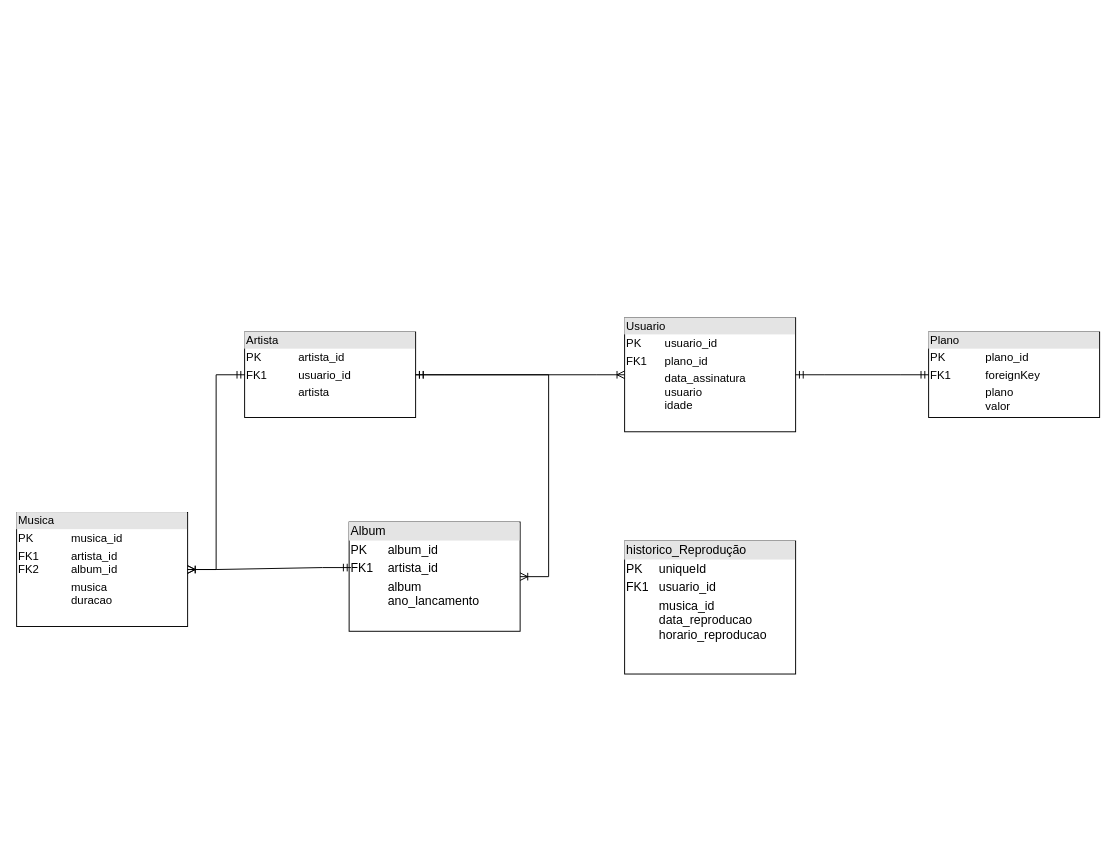
Above: Untitled Diagram.drawio in Caio-Veloso/Trybe-Exercises (draw.io), before the change. Source tidied: cells renumbered, new cells numbered last; positions are measured from the earlier drawing's top-left corner, leaving out a move shared by most shapes. Both pictures are drawn from the tidied source at 95%, with x=0, y=0 at pixel (16, 317).
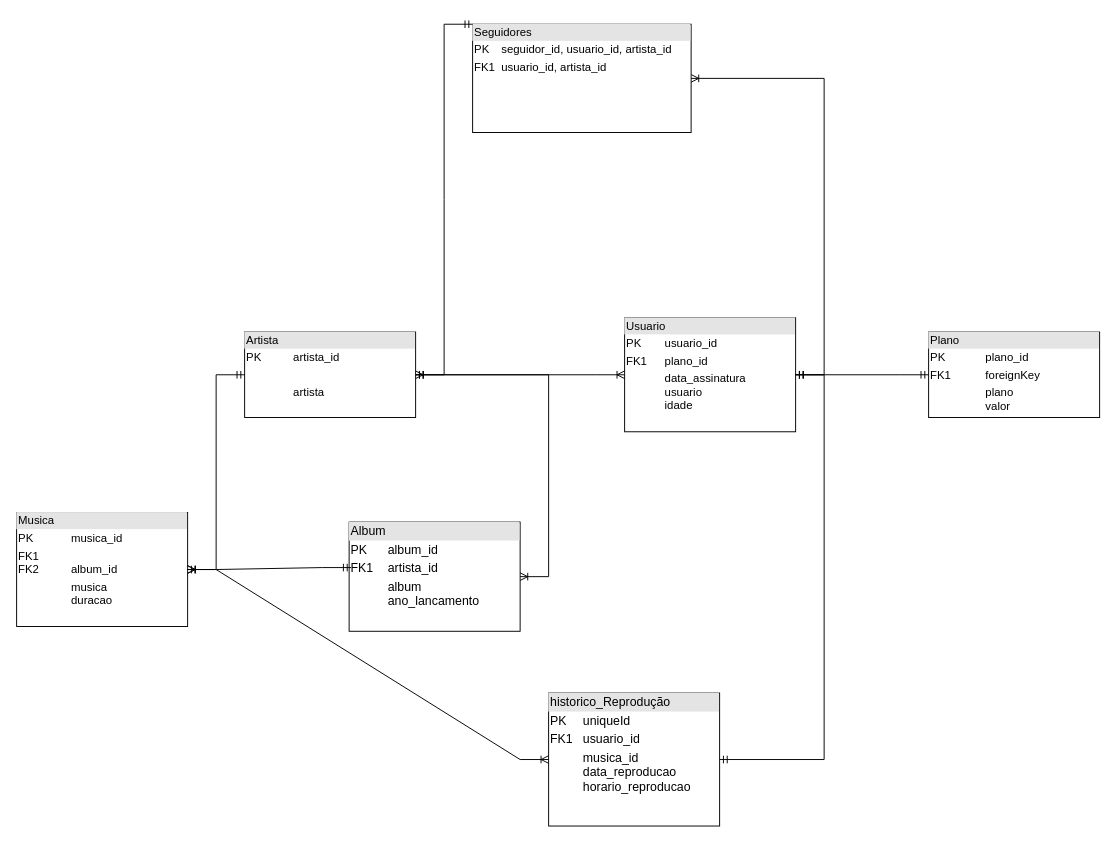
Above is the later version.

Diff of the diagram source:
```diff
@@
 <mxGraphModel>
   <root>
     <mxCell id="0" />
     <mxCell id="1" parent="0" />
     <mxCell id="2" value="&lt;div style=&quot;box-sizing: border-box ; width: 100% ; background: #e4e4e4 ; padding: 2px&quot;&gt;Usuario&lt;/div&gt;&lt;table style=&quot;width: 100% ; font-size: 1em&quot; cellpadding=&quot;2&quot; cellspacing=&quot;0&quot;&gt;&lt;tbody&gt;&lt;tr&gt;&lt;td&gt;PK&lt;/td&gt;&lt;td&gt;usuario_id&lt;/td&gt;&lt;/tr&gt;&lt;tr&gt;&lt;td&gt;FK1&lt;/td&gt;&lt;td&gt;plano_id&lt;br&gt;&lt;/td&gt;&lt;/tr&gt;&lt;tr&gt;&lt;td&gt;&lt;/td&gt;&lt;td&gt;data_assinatura&lt;br&gt;usuario&lt;br&gt;idade&lt;/td&gt;&lt;/tr&gt;&lt;/tbody&gt;&lt;/table&gt;" style="verticalAlign=top;align=left;overflow=fill;html=1;" parent="1" vertex="1">
       <mxGeometry x="640" width="180" height="120" as="geometry" />
     </mxCell>
     <mxCell id="3" value="&lt;div style=&quot;box-sizing: border-box ; width: 100% ; background: #e4e4e4 ; padding: 2px&quot;&gt;Plano&lt;/div&gt;&lt;table style=&quot;width: 100% ; font-size: 1em&quot; cellpadding=&quot;2&quot; cellspacing=&quot;0&quot;&gt;&lt;tbody&gt;&lt;tr&gt;&lt;td&gt;PK&lt;/td&gt;&lt;td&gt;plano_id&lt;/td&gt;&lt;/tr&gt;&lt;tr&gt;&lt;td&gt;FK1&lt;span style=&quot;white-space: pre&quot;&gt; &lt;/span&gt;&lt;/td&gt;&lt;td&gt;foreignKey&lt;/td&gt;&lt;/tr&gt;&lt;tr&gt;&lt;td&gt;&lt;/td&gt;&lt;td&gt;plano&lt;br&gt;valor&lt;/td&gt;&lt;/tr&gt;&lt;/tbody&gt;&lt;/table&gt;" style="verticalAlign=top;align=left;overflow=fill;html=1;" parent="1" vertex="1">
       <mxGeometry x="960" y="15" width="180" height="90" as="geometry" />
     </mxCell>
-    <mxCell id="4" value="&lt;div style=&quot;box-sizing: border-box ; width: 100% ; background: #e4e4e4 ; padding: 2px&quot;&gt;Artista&lt;/div&gt;&lt;table style=&quot;width: 100% ; font-size: 1em&quot; cellpadding=&quot;2&quot; cellspacing=&quot;0&quot;&gt;&lt;tbody&gt;&lt;tr&gt;&lt;td&gt;PK&lt;/td&gt;&lt;td&gt;artista_id&lt;/td&gt;&lt;/tr&gt;&lt;tr&gt;&lt;td&gt;FK1&lt;/td&gt;&lt;td&gt;usuario_id&lt;/td&gt;&lt;/tr&gt;&lt;tr&gt;&lt;td&gt;&lt;/td&gt;&lt;td&gt;artista&lt;/td&gt;&lt;/tr&gt;&lt;/tbody&gt;&lt;/table&gt;" style="verticalAlign=top;align=left;overflow=fill;html=1;" parent="1" vertex="1">
+    <mxCell id="4" value="&lt;div style=&quot;box-sizing: border-box ; width: 100% ; background: #e4e4e4 ; padding: 2px&quot;&gt;Artista&lt;/div&gt;&lt;table style=&quot;width: 100% ; font-size: 1em&quot; cellpadding=&quot;2&quot; cellspacing=&quot;0&quot;&gt;&lt;tbody&gt;&lt;tr&gt;&lt;td&gt;PK&lt;/td&gt;&lt;td&gt;artista_id&lt;/td&gt;&lt;/tr&gt;&lt;tr&gt;&lt;td&gt;&lt;br&gt;&lt;/td&gt;&lt;td&gt;&lt;br&gt;&lt;/td&gt;&lt;/tr&gt;&lt;tr&gt;&lt;td&gt;&lt;/td&gt;&lt;td&gt;artista&lt;/td&gt;&lt;/tr&gt;&lt;/tbody&gt;&lt;/table&gt;" style="verticalAlign=top;align=left;overflow=fill;html=1;" parent="1" vertex="1">
       <mxGeometry x="240" y="15" width="180" height="90" as="geometry" />
     </mxCell>
     <mxCell id="5" style="edgeStyle=orthogonalEdgeStyle;rounded=0;orthogonalLoop=1;jettySize=auto;html=1;" parent="1" edge="1">
       <mxGeometry relative="1" as="geometry">
         <mxPoint x="140" y="415" as="sourcePoint" />
         <mxPoint x="140" y="415" as="targetPoint" />
       </mxGeometry>
     </mxCell>
     <mxCell id="6" value="&lt;div style=&quot;box-sizing: border-box; width: 100%; background: rgb(228, 228, 228); padding: 2px; font-size: 13px;&quot;&gt;Album&lt;/div&gt;&lt;table style=&quot;width: 100%; font-size: 13px;&quot; cellpadding=&quot;2&quot; cellspacing=&quot;0&quot;&gt;&lt;tbody style=&quot;font-size: 13px;&quot;&gt;&lt;tr style=&quot;font-size: 13px;&quot;&gt;&lt;td style=&quot;font-size: 13px;&quot;&gt;PK&lt;/td&gt;&lt;td style=&quot;font-size: 13px;&quot;&gt;album_id&lt;/td&gt;&lt;/tr&gt;&lt;tr style=&quot;font-size: 13px;&quot;&gt;&lt;td style=&quot;font-size: 13px;&quot;&gt;FK1&lt;/td&gt;&lt;td style=&quot;font-size: 13px;&quot;&gt;artista_id&lt;/td&gt;&lt;/tr&gt;&lt;tr style=&quot;font-size: 13px;&quot;&gt;&lt;td style=&quot;font-size: 13px;&quot;&gt;&lt;/td&gt;&lt;td style=&quot;font-size: 13px;&quot;&gt;album&lt;br style=&quot;font-size: 13px;&quot;&gt;ano_lancamento&lt;br style=&quot;font-size: 13px;&quot;&gt;&lt;br style=&quot;font-size: 13px;&quot;&gt;&lt;/td&gt;&lt;/tr&gt;&lt;/tbody&gt;&lt;/table&gt;" style="verticalAlign=middle;align=left;overflow=fill;html=1;fontSize=13;spacingTop=3;" parent="1" vertex="1">
       <mxGeometry x="350" y="215" width="180" height="115" as="geometry" />
     </mxCell>
-    <mxCell id="7" value="&lt;div style=&quot;box-sizing: border-box ; width: 100% ; background: #e4e4e4 ; padding: 2px&quot;&gt;Musica&lt;/div&gt;&lt;table style=&quot;width: 100% ; font-size: 1em&quot; cellpadding=&quot;2&quot; cellspacing=&quot;0&quot;&gt;&lt;tbody&gt;&lt;tr&gt;&lt;td&gt;PK&lt;/td&gt;&lt;td&gt;musica_id&lt;/td&gt;&lt;/tr&gt;&lt;tr&gt;&lt;td&gt;FK1&lt;br&gt;FK2&lt;/td&gt;&lt;td&gt;artista_id&lt;br&gt;album_id&lt;/td&gt;&lt;/tr&gt;&lt;tr&gt;&lt;td&gt;&lt;/td&gt;&lt;td&gt;musica&lt;br&gt;duracao&lt;/td&gt;&lt;/tr&gt;&lt;/tbody&gt;&lt;/table&gt;" style="verticalAlign=top;align=left;overflow=fill;html=1;" parent="1" vertex="1">
+    <mxCell id="7" value="&lt;div style=&quot;box-sizing: border-box ; width: 100% ; background: #e4e4e4 ; padding: 2px&quot;&gt;Musica&lt;/div&gt;&lt;table style=&quot;width: 100% ; font-size: 1em&quot; cellpadding=&quot;2&quot; cellspacing=&quot;0&quot;&gt;&lt;tbody&gt;&lt;tr&gt;&lt;td&gt;PK&lt;/td&gt;&lt;td&gt;musica_id&lt;/td&gt;&lt;/tr&gt;&lt;tr&gt;&lt;td&gt;FK1&lt;br&gt;FK2&lt;/td&gt;&lt;td&gt;&lt;br&gt;album_id&lt;/td&gt;&lt;/tr&gt;&lt;tr&gt;&lt;td&gt;&lt;/td&gt;&lt;td&gt;musica&lt;br&gt;duracao&lt;/td&gt;&lt;/tr&gt;&lt;/tbody&gt;&lt;/table&gt;" style="verticalAlign=top;align=left;overflow=fill;html=1;" parent="1" vertex="1">
       <mxGeometry y="205" width="180" height="120" as="geometry" />
     </mxCell>
     <mxCell id="8" style="edgeStyle=entityRelationEdgeStyle;fontSize=12;html=1;endArrow=ERmandOne;startArrow=ERmandOne;rounded=0;" parent="1" edge="1" source="2" target="3">
       <mxGeometry relative="1" as="geometry" />
     </mxCell>
     <mxCell id="9" style="edgeStyle=entityRelationEdgeStyle;fontSize=12;html=1;endArrow=ERoneToMany;startArrow=ERmandOne;rounded=0;" parent="1" edge="1" source="4" target="6">
       <mxGeometry relative="1" as="geometry" />
     </mxCell>
     <mxCell id="10" style="edgeStyle=entityRelationEdgeStyle;fontSize=12;html=1;endArrow=ERoneToMany;startArrow=ERmandOne;rounded=0;" parent="1" edge="1" source="4" target="2">
       <mxGeometry relative="1" as="geometry" />
     </mxCell>
     <mxCell id="11" style="edgeStyle=entityRelationEdgeStyle;fontSize=12;html=1;endArrow=ERoneToMany;startArrow=ERmandOne;rounded=0;exitX=0.011;exitY=0.417;exitDx=0;exitDy=0;exitPerimeter=0;" parent="1" edge="1" source="6" target="7">
       <mxGeometry relative="1" as="geometry" />
     </mxCell>
     <mxCell id="12" style="edgeStyle=entityRelationEdgeStyle;fontSize=12;html=1;endArrow=ERoneToMany;startArrow=ERmandOne;rounded=0;" parent="1" edge="1" source="4" target="7">
       <mxGeometry relative="1" as="geometry" />
     </mxCell>
     <mxCell id="13" value="&lt;div style=&quot;box-sizing: border-box ; width: 100% ; background: #e4e4e4 ; padding: 2px&quot;&gt;historico_Reprodução&lt;/div&gt;&lt;table style=&quot;width: 100% ; font-size: 1em&quot; cellpadding=&quot;2&quot; cellspacing=&quot;0&quot;&gt;&lt;tbody&gt;&lt;tr&gt;&lt;td&gt;PK&lt;/td&gt;&lt;td&gt;uniqueId&lt;/td&gt;&lt;/tr&gt;&lt;tr&gt;&lt;td&gt;FK1&lt;/td&gt;&lt;td&gt;usuario_id&lt;/td&gt;&lt;/tr&gt;&lt;tr&gt;&lt;td&gt;&lt;/td&gt;&lt;td&gt;musica_id&lt;br&gt;data_reproducao&lt;br&gt;horario_reproducao&lt;/td&gt;&lt;/tr&gt;&lt;/tbody&gt;&lt;/table&gt;" style="verticalAlign=top;align=left;overflow=fill;html=1;fontSize=13;" parent="1" vertex="1">
-      <mxGeometry x="640" y="235" width="180" height="140" as="geometry" />
+      <mxGeometry x="560" y="395" width="180" height="140" as="geometry" />
     </mxCell>
+    <mxCell id="14" style="edgeStyle=entityRelationEdgeStyle;fontSize=12;html=1;endArrow=ERmandOne;startArrow=ERmandOne;rounded=0;" parent="1" edge="1" source="2" target="13">
+      <mxGeometry relative="1" as="geometry" />
+    </mxCell>
+    <mxCell id="15" style="edgeStyle=entityRelationEdgeStyle;fontSize=12;html=1;endArrow=ERoneToMany;startArrow=ERmandOne;rounded=0;" parent="1" edge="1" source="7" target="13">
+      <mxGeometry relative="1" as="geometry" />
+    </mxCell>
+    <mxCell id="16" value="&lt;div style=&quot;box-sizing: border-box ; width: 100% ; background: #e4e4e4 ; padding: 2px&quot;&gt;Seguidores&lt;/div&gt;&lt;table style=&quot;width: 100% ; font-size: 1em&quot; cellpadding=&quot;2&quot; cellspacing=&quot;0&quot;&gt;&lt;tbody&gt;&lt;tr&gt;&lt;td&gt;PK&lt;/td&gt;&lt;td&gt;seguidor_id, usuario_id, artista_id&lt;br&gt;&lt;/td&gt;&lt;/tr&gt;&lt;tr&gt;&lt;td&gt;FK1&lt;/td&gt;&lt;td&gt;usuario_id, artista_id&lt;/td&gt;&lt;/tr&gt;&lt;tr&gt;&lt;td&gt;&lt;/td&gt;&lt;td&gt;&lt;br&gt;&lt;/td&gt;&lt;/tr&gt;&lt;/tbody&gt;&lt;/table&gt;" style="verticalAlign=top;align=left;overflow=fill;html=1;" parent="1" vertex="1">
+      <mxGeometry x="480" y="-309" width="230" height="114" as="geometry" />
+    </mxCell>
+    <mxCell id="17" style="edgeStyle=entityRelationEdgeStyle;fontSize=12;html=1;endArrow=ERoneToMany;startArrow=ERmandOne;rounded=0;exitX=0;exitY=0;exitDx=0;exitDy=0;" parent="1" edge="1" source="16" target="4">
+      <mxGeometry relative="1" as="geometry" />
+    </mxCell>
+    <mxCell id="18" style="edgeStyle=entityRelationEdgeStyle;fontSize=12;html=1;endArrow=ERoneToMany;startArrow=ERmandOne;rounded=0;" parent="1" edge="1" source="2" target="16">
+      <mxGeometry relative="1" as="geometry" />
+    </mxCell>
   </root>
 </mxGraphModel>
```
